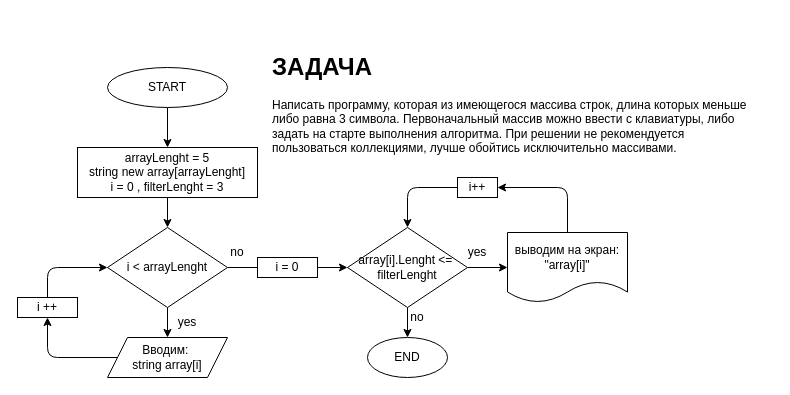
Above: task.drawio in alexseus/FirstQuarterWork (draw.io), before the change. Source tidied: cells renumbered, new cells numbered last; positions are measured from the earlier drawing's top-left corner, leaving out a move shared by most shapes. Both pictures are drawn from the tidied source at 100%, with x=0, y=0 at pixel (17, 47).
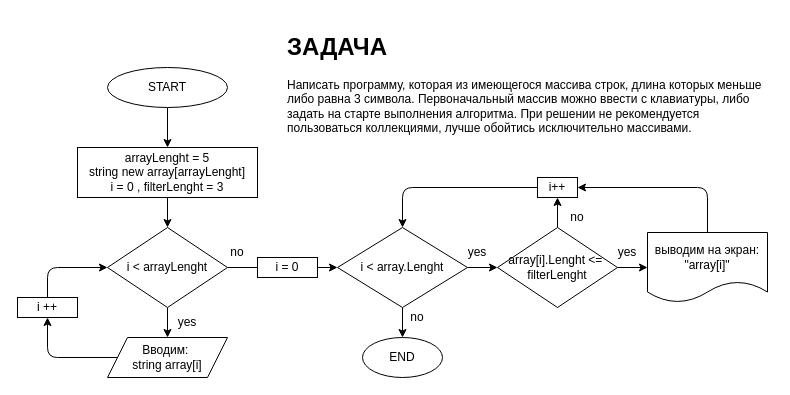
The same page after the edit.

Unchanged cells that the change refers to:
```xml
<mxCell id="17" value="i = 0" style="whiteSpace=wrap;html=1;" parent="1" vertex="1">
  <mxGeometry x="240" y="210" width="60" height="20" as="geometry" />
</mxCell>
```

What changed in the source:
```diff
@@
-    <mxCell id="7" style="edgeStyle=none;html=1;startArrow=none;" parent="1" edge="1" source="17" target="15">
-      <mxGeometry relative="1" as="geometry" />
-    </mxCell>
@@
-    <mxCell id="13" style="edgeStyle=none;html=1;" parent="1" edge="1" source="15" target="26">
-      <mxGeometry relative="1" as="geometry" />
-    </mxCell>
@@
+    <mxCell id="28" style="edgeStyle=none;html=1;entryX=0.5;entryY=1;entryDx=0;entryDy=0;" parent="1" edge="1" source="15" target="23">
+      <mxGeometry relative="1" as="geometry" />
+    </mxCell>
     <mxCell id="15" value="array[i].Lenght &amp;lt;=&amp;nbsp;&lt;br&gt;filterLenght" style="rhombus;whiteSpace=wrap;html=1;" parent="1" vertex="1">
-      <mxGeometry x="330" y="180" width="120" height="80" as="geometry" />
+      <mxGeometry x="480" y="180" width="120" height="80" as="geometry" />
     </mxCell>
@@
+    <mxCell id="29" style="edgeStyle=none;html=1;" parent="1" edge="1" source="17" target="33">
+      <mxGeometry relative="1" as="geometry" />
+    </mxCell>
@@
-    <mxCell id="20" style="edgeStyle=none;html=1;" parent="1" edge="1" source="21" target="23">
+    <mxCell id="20" style="edgeStyle=none;html=1;entryX=1;entryY=0.5;entryDx=0;entryDy=0;" parent="1" edge="1" source="21" target="23">
       <mxGeometry relative="1" as="geometry">
         <Array as="points">
-          <mxPoint x="550" y="140" />
+          <mxPoint x="690" y="140" />
         </Array>
       </mxGeometry>
     </mxCell>
     <mxCell id="21" value="выводим на экран: &quot;array[i]&quot;" style="shape=document;whiteSpace=wrap;html=1;boundedLbl=1;" parent="1" vertex="1">
-      <mxGeometry x="490" y="185" width="120" height="70" as="geometry" />
+      <mxGeometry x="630" y="185" width="120" height="70" as="geometry" />
     </mxCell>
-    <mxCell id="22" style="edgeStyle=none;html=1;entryX=0.5;entryY=0;entryDx=0;entryDy=0;" parent="1" edge="1" source="23" target="15">
-      <mxGeometry relative="1" as="geometry">
-        <Array as="points">
-          <mxPoint x="390" y="140" />
-        </Array>
-      </mxGeometry>
-    </mxCell>
+    <mxCell id="30" style="edgeStyle=none;html=1;entryX=0.5;entryY=0;entryDx=0;entryDy=0;" parent="1" edge="1" source="23" target="33">
+      <mxGeometry relative="1" as="geometry">
+        <Array as="points">
+          <mxPoint x="385" y="140" />
+        </Array>
+      </mxGeometry>
+    </mxCell>
     <mxCell id="23" value="i++" style="whiteSpace=wrap;html=1;" parent="1" vertex="1">
-      <mxGeometry x="440" y="130" width="40" height="20" as="geometry" />
+      <mxGeometry x="520" y="130" width="40" height="20" as="geometry" />
     </mxCell>
@@
-    <mxCell id="25" value="no" style="text;html=1;strokeColor=none;fillColor=none;align=center;verticalAlign=middle;whiteSpace=wrap;rounded=0;" parent="1" vertex="1">
-      <mxGeometry x="370" y="255" width="60" height="30" as="geometry" />
-    </mxCell>
     <mxCell id="26" value="END" style="ellipse;whiteSpace=wrap;html=1;" parent="1" vertex="1">
-      <mxGeometry x="350" y="290" width="80" height="40" as="geometry" />
+      <mxGeometry x="345" y="290" width="80" height="40" as="geometry" />
     </mxCell>
     <mxCell id="27" value="&lt;h1&gt;ЗАДАЧА&lt;/h1&gt;&lt;p&gt;Написать программу, которая из имеющегося массива строк, длина которых меньше либо равна 3 символа. Первоначальный массив можно ввести с клавиатуры, либо задать на старте выполнения алгоритма. При решении не рекомендуется пользоваться коллекциями, лучше обойтись исключительно массивами.&lt;/p&gt;" style="text;html=1;strokeColor=none;fillColor=none;spacing=5;spacingTop=-20;whiteSpace=wrap;overflow=hidden;rounded=0;" parent="1" vertex="1">
-      <mxGeometry x="250" width="490" height="120" as="geometry" />
+      <mxGeometry x="265" y="-20" width="490" height="120" as="geometry" />
     </mxCell>
+    <mxCell id="31" style="edgeStyle=none;html=1;" parent="1" edge="1" source="33" target="26">
+      <mxGeometry relative="1" as="geometry" />
+    </mxCell>
+    <mxCell id="32" style="edgeStyle=none;html=1;" parent="1" edge="1" source="33" target="15">
+      <mxGeometry relative="1" as="geometry" />
+    </mxCell>
+    <mxCell id="33" value="i &amp;lt; array.Lenght" style="rhombus;whiteSpace=wrap;html=1;" parent="1" vertex="1">
+      <mxGeometry x="320" y="180" width="130" height="80" as="geometry" />
+    </mxCell>
+    <mxCell id="25" value="no" style="text;html=1;strokeColor=none;fillColor=none;align=center;verticalAlign=middle;whiteSpace=wrap;rounded=0;" parent="1" vertex="1">
+      <mxGeometry x="370" y="255" width="60" height="30" as="geometry" />
+    </mxCell>
+    <mxCell id="34" value="no" style="text;html=1;strokeColor=none;fillColor=none;align=center;verticalAlign=middle;whiteSpace=wrap;rounded=0;" parent="1" vertex="1">
+      <mxGeometry x="530" y="155" width="60" height="30" as="geometry" />
+    </mxCell>
+    <mxCell id="35" value="yes" style="text;html=1;strokeColor=none;fillColor=none;align=center;verticalAlign=middle;whiteSpace=wrap;rounded=0;" parent="1" vertex="1">
+      <mxGeometry x="580" y="190" width="60" height="30" as="geometry" />
+    </mxCell>
```
